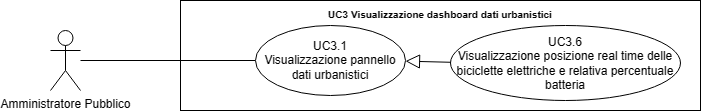
SWATEngineering/Docs keeps this draw.io diagram as src/3_PB/AnalisiDeiRequisiti/assets/UML/UC3.6_Visualizzazione-posizione-real-time-delle-biciclette-elettriche-e-relativa-percentuale-batteria.png. Above is the earlier version. Source tidied: cells renumbered, new cells last; positions are measured from the earlier drawing's top-left corner, leaving out a move shared by most shapes.
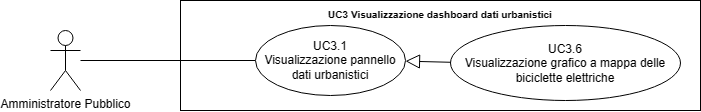
The same diagram one commit later.

What changed in the source:
```diff
@@ -11,7 +11,7 @@
     <mxCell id="4" style="edgeStyle=none;html=1;endArrow=none;verticalAlign=bottom;rounded=0;" parent="1" edge="1" source="2" target="6">
       <mxGeometry relative="1" as="geometry" />
     </mxCell>
-    <mxCell id="5" value="UC3.6&lt;br&gt;Visualizzazione posizione real time delle biciclette elettriche e relativa percentuale batteria" style="ellipse;whiteSpace=wrap;html=1;" parent="1" vertex="1">
+    <mxCell id="5" value="UC3.6&lt;br&gt;Visualizzazione grafico a mappa delle biciclette elettriche" style="ellipse;whiteSpace=wrap;html=1;" parent="1" vertex="1">
       <mxGeometry x="400" y="25" width="230" height="75" as="geometry" />
     </mxCell>
     <mxCell id="6" value="UC3.1&lt;br style=&quot;border-color: var(--border-color);&quot;&gt;Visualizzazione pannello dati urbanistici" style="ellipse;whiteSpace=wrap;html=1;" parent="1" vertex="1">
```
